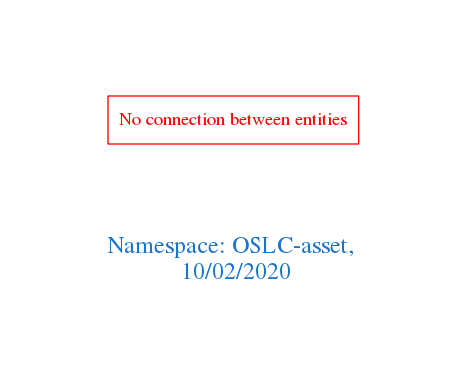
Before: downloads/OSLC-asset.png, a diagram exported from Graphviz (arago/OGIT). Its source is kept beside it as downloads/OSLC-asset.dot.
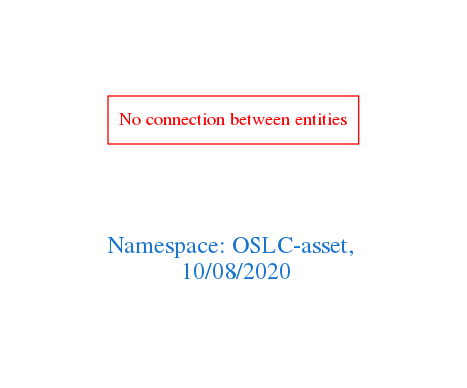
The same diagram one commit later.

What changed in the source:
```diff
@@ -1,7 +1,7 @@
 digraph OGIT_ontology {
  graph [ rankdir= LR,pad=1
 fontsize = 18,
-fontcolor= dodgerblue3,label = "\n\n\nNamespace: OSLC-asset, \n 10/02/2020"];
+fontcolor= dodgerblue3,label = "\n\n\nNamespace: OSLC-asset, \n 10/08/2020"];
 node[shape=polygon];
 edge [  color="gray81"];
 
```
